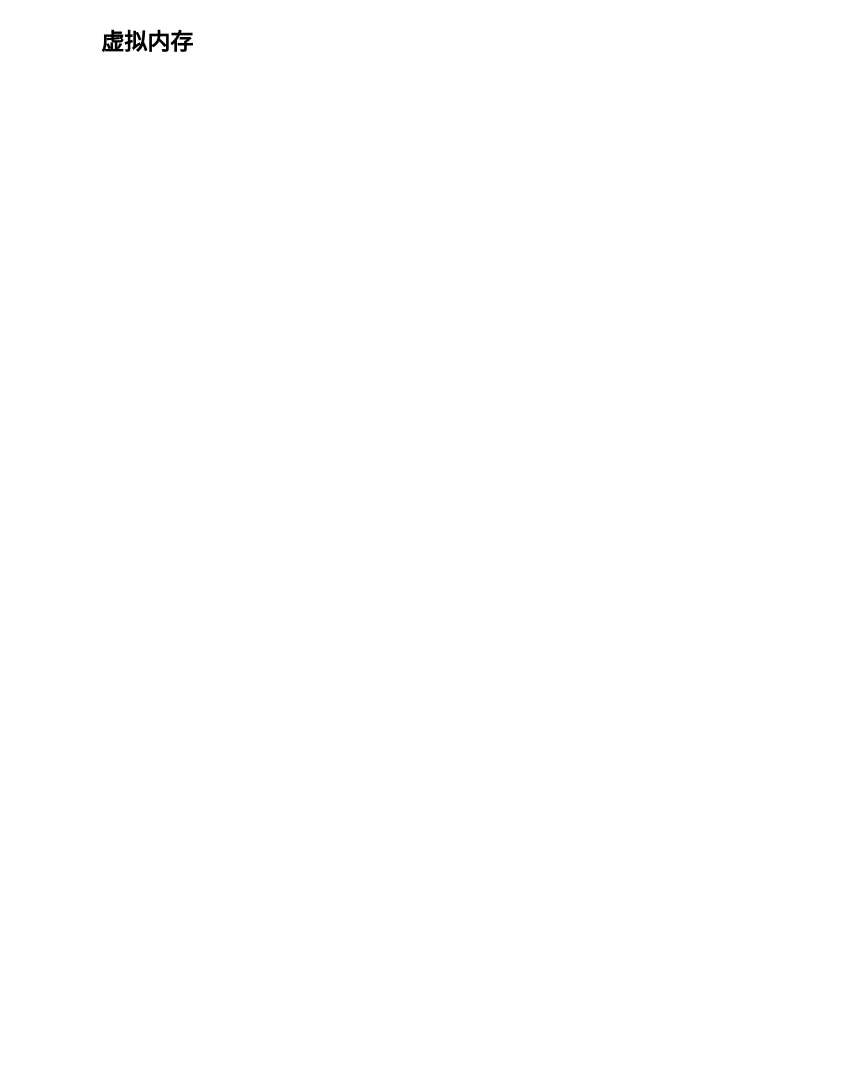
Earlier version of the draw.io diagram 内存管理.drawio (wangpc10/OsNote). Source tidied: cells renumbered, new cells numbered last; positions are measured from the earlier drawing's top-left corner, leaving out a move shared by most shapes. Both pictures are drawn from the tidied source at 100%, with x=0, y=0 at pixel (17, 17).
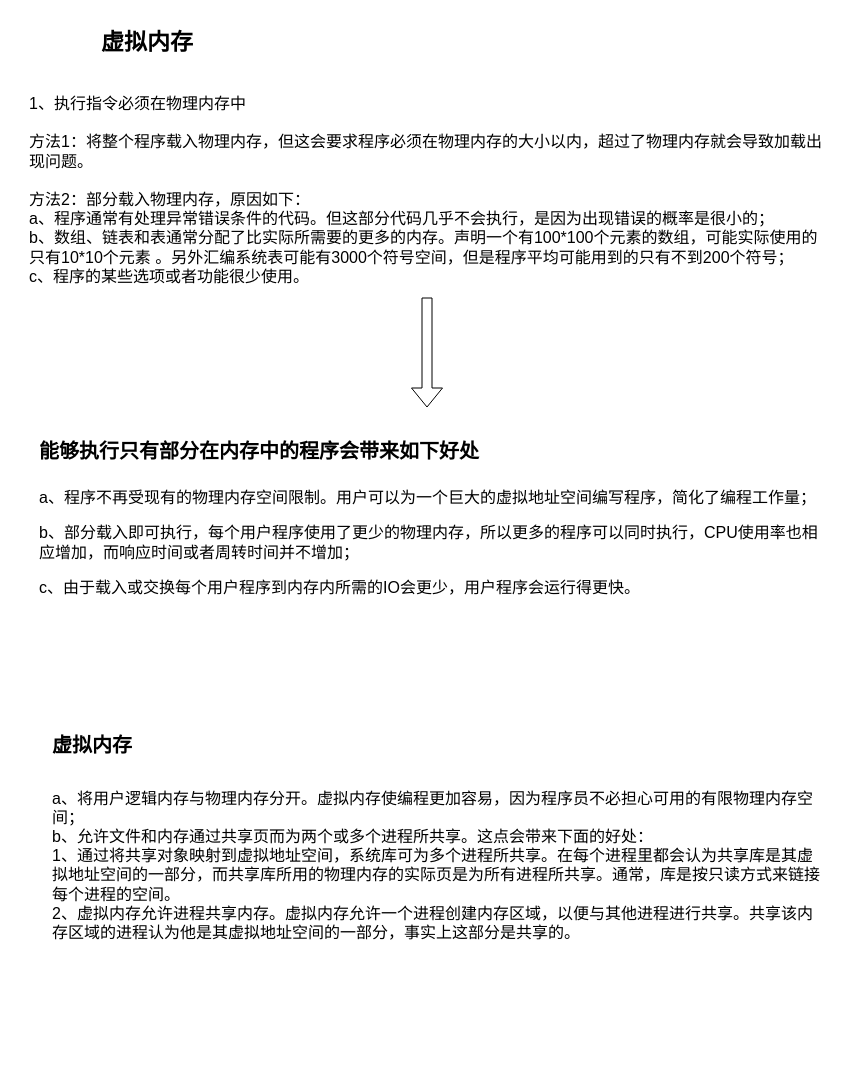
Above is the later version.

Commit message (it also covers changes not shown here):
更新内存管理.drawio

Diff of the diagram source:
```diff
@@
 <mxGraphModel>
   <root>
     <mxCell id="0" />
     <mxCell id="1" parent="0" />
     <mxCell id="2" value="&lt;b&gt;&lt;font style=&quot;font-size: 23px;&quot;&gt;虚拟内存&lt;/font&gt;&lt;/b&gt;" style="text;html=1;strokeColor=none;fillColor=none;align=center;verticalAlign=middle;whiteSpace=wrap;rounded=0;" parent="1" vertex="1">
       <mxGeometry width="260" height="50" as="geometry" />
     </mxCell>
+    <mxCell id="3" value="1、执行指令必须在物理内存中&lt;br&gt;&lt;br&gt;方法1：将整个程序载入物理内存，但这会要求程序必须在物理内存的大小以内，超过了物理内存就会导致加载出现问题。&lt;br&gt;&lt;br&gt;方法2：部分载入物理内存，原因如下：&lt;br&gt;a、程序通常有处理异常错误条件的代码。但这部分代码几乎不会执行，是因为出现错误的概率是很小的；&lt;br&gt;b、数组、链表和表通常分配了比实际所需要的更多的内存。声明一个有100*100个元素的数组，可能实际使用的只有10*10个元素 。另外汇编系统表可能有3000个符号空间，但是程序平均可能用到的只有不到200个符号；&lt;br&gt;c、程序的某些选项或者功能很少使用。&lt;br&gt;" style="text;html=1;strokeColor=none;fillColor=none;align=left;verticalAlign=top;whiteSpace=wrap;rounded=0;fontSize=16;" parent="1" vertex="1">
+      <mxGeometry x="10" y="70" width="800" height="220" as="geometry" />
+    </mxCell>
+    <mxCell id="4" value="&lt;h1&gt;&lt;font style=&quot;font-size: 20px;&quot;&gt;能够执行只有部分在内存中的程序会带来如下好处&lt;/font&gt;&lt;/h1&gt;&lt;p&gt;a、程序不再受现有的物理内存空间限制。用户可以为一个巨大的虚拟地址空间编写程序，简化了编程工作量；&lt;/p&gt;&lt;p&gt;b、部分载入即可执行，每个用户程序使用了更少的物理内存，所以更多的程序可以同时执行，CPU使用率也相应增加，而响应时间或者周转时间并不增加；&lt;/p&gt;&lt;p&gt;c、由于载入或交换每个用户程序到内存内所需的IO会更少，用户程序会运行得更快。&lt;/p&gt;&lt;p&gt;&lt;br&gt;&lt;/p&gt;" style="text;html=1;strokeColor=none;fillColor=none;spacing=5;spacingTop=-20;whiteSpace=wrap;overflow=hidden;rounded=0;fontSize=16;" parent="1" vertex="1">
+      <mxGeometry x="17" y="400" width="800" height="190" as="geometry" />
+    </mxCell>
+    <mxCell id="5" style="shape=flexArrow;endArrow=classic;html=1;rounded=0;fontSize=16;" parent="1" edge="1">
+      <mxGeometry relative="1" as="geometry">
+        <mxPoint x="409.5" y="280" as="sourcePoint" />
+        <mxPoint x="409.5" y="390" as="targetPoint" />
+      </mxGeometry>
+    </mxCell>
+    <mxCell id="6" value="&lt;h1&gt;&lt;font style=&quot;font-size: 20px;&quot;&gt;虚拟内存&lt;/font&gt;&lt;/h1&gt;&lt;div style=&quot;font-size: 16px;&quot;&gt;&lt;font style=&quot;font-size: 16px;&quot;&gt;a、将用户逻辑内存与物理内存分开。虚拟内存使编程更加容易，因为程序员不必担心可用的有限物理内存空间；&lt;/font&gt;&lt;/div&gt;&lt;div style=&quot;font-size: 16px;&quot;&gt;&lt;font style=&quot;font-size: 16px;&quot;&gt;b、允许文件和内存通过共享页而为两个或多个进程所共享。这点会带来下面的好处：&lt;/font&gt;&lt;/div&gt;&lt;div style=&quot;font-size: 16px;&quot;&gt;&lt;font style=&quot;font-size: 16px;&quot;&gt;1、通过将共享对象映射到虚拟地址空间，系统库可为多个进程所共享。在每个进程里都会认为共享库是其虚拟地址空间的一部分，而共享库所用的物理内存的实际页是为所有进程所共享。通常，库是按只读方式来链接每个进程的空间。&lt;/font&gt;&lt;/div&gt;&lt;div style=&quot;font-size: 16px;&quot;&gt;&lt;font style=&quot;font-size: 16px;&quot;&gt;2、虚拟内存允许进程共享内存。虚拟内存允许一个进程创建内存区域，以便与其他进程进行共享。共享该内存区域的进程认为他是其虚拟地址空间的一部分，事实上这部分是共享的。&lt;/font&gt;&lt;/div&gt;&lt;div style=&quot;font-size: 16px;&quot;&gt;&lt;br&gt;&lt;/div&gt;" style="text;html=1;strokeColor=none;fillColor=none;spacing=5;spacingTop=-20;whiteSpace=wrap;overflow=hidden;rounded=0;fontSize=20;" parent="1" vertex="1">
+      <mxGeometry x="30" y="680" width="780" height="370" as="geometry" />
+    </mxCell>
   </root>
 </mxGraphModel>
```
